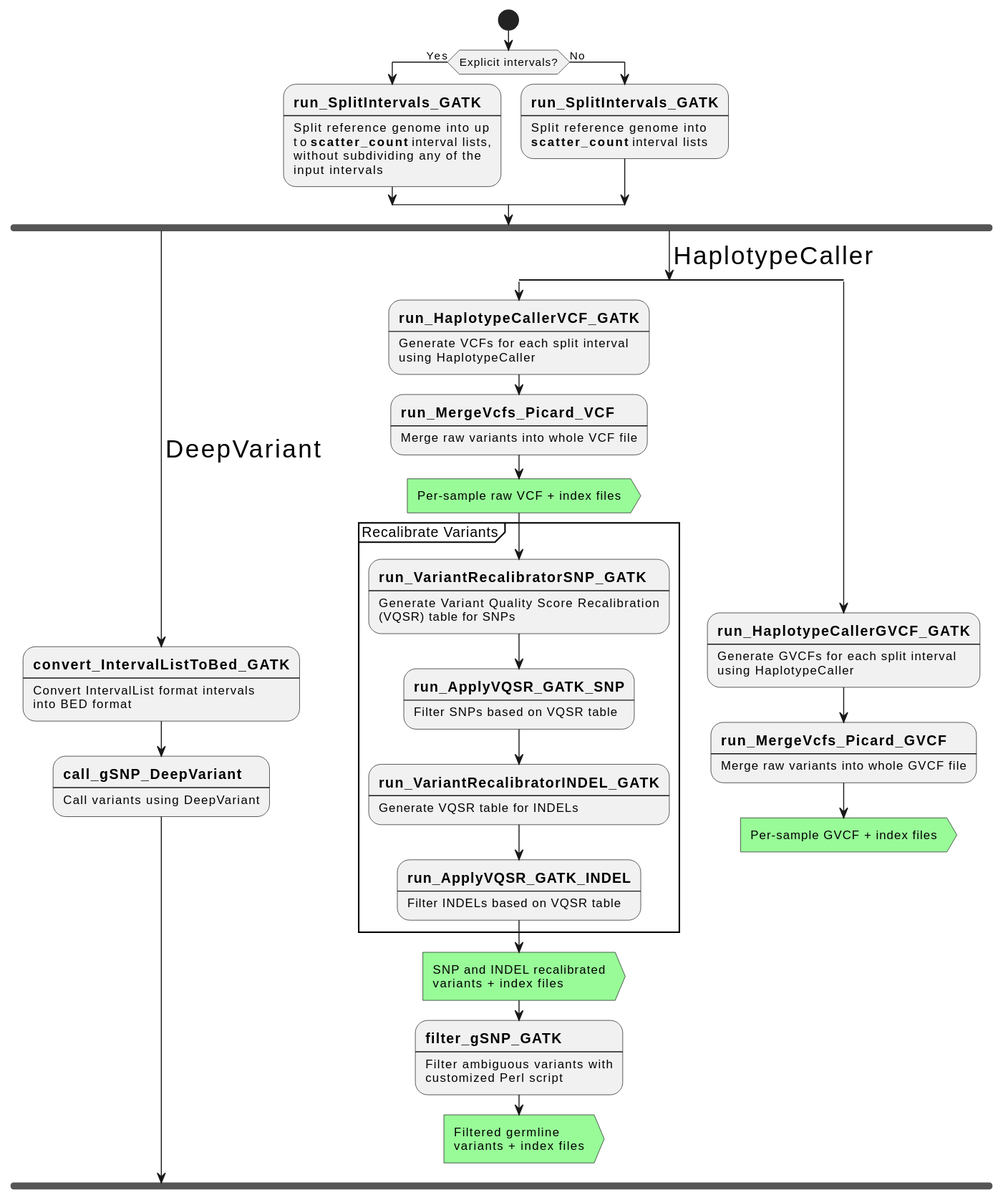
This is docs/call-gsnp-flow.svg from uclahs-cds/pipeline-call-gSNP, a PlantUML export, as it was before one commit.
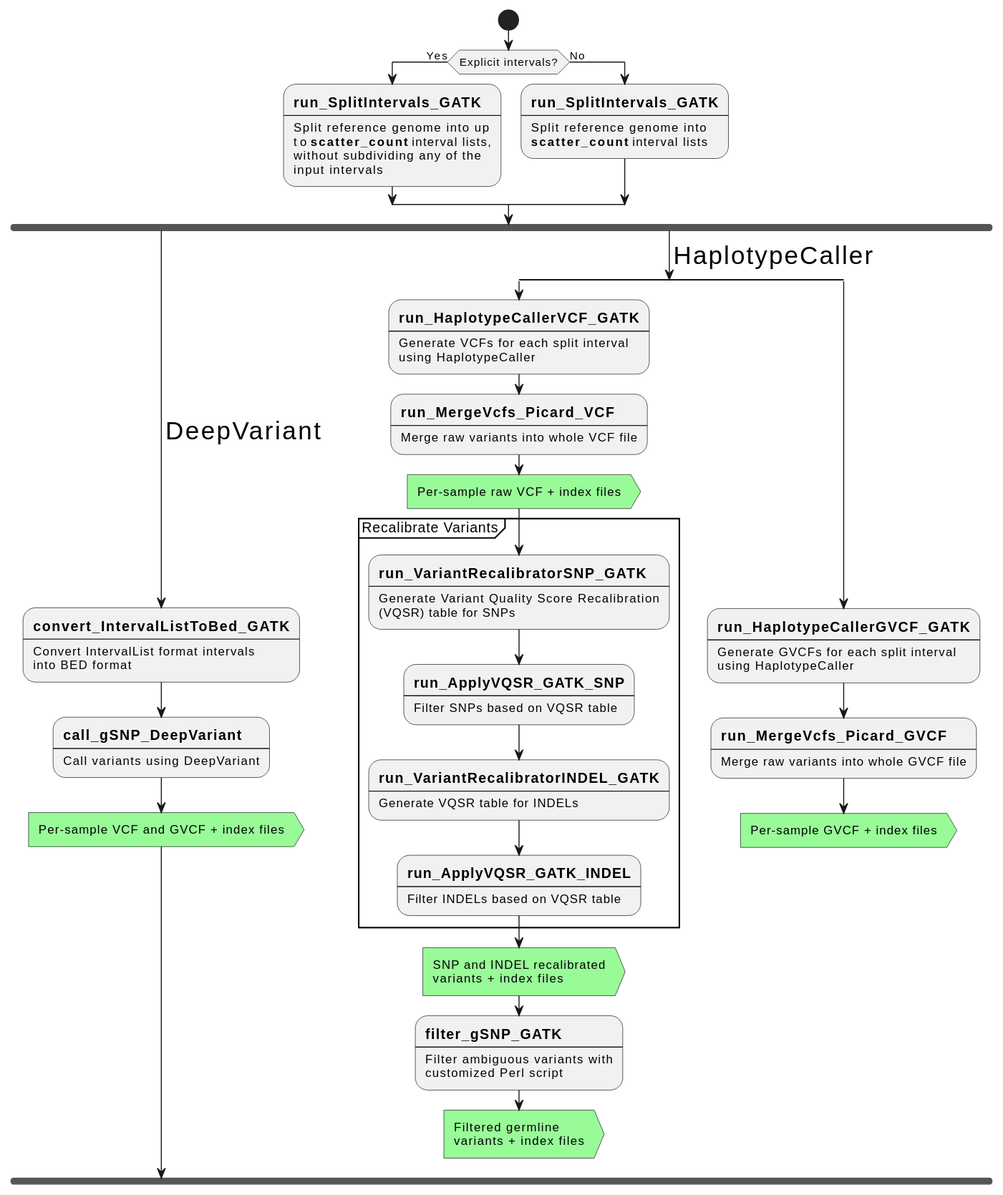
After the commit.

The edit, as a diff of the source:
```diff
@@ -27,6 +27,8 @@
   :==call_gSNP_DeepVariant
   ----
   Call variants using DeepVariant;
+
+  #palegreen:Per-sample  VCF and GVCF + index files>
 fork again
   -><size:25>HaplotypeCaller</size>;
   split
```
